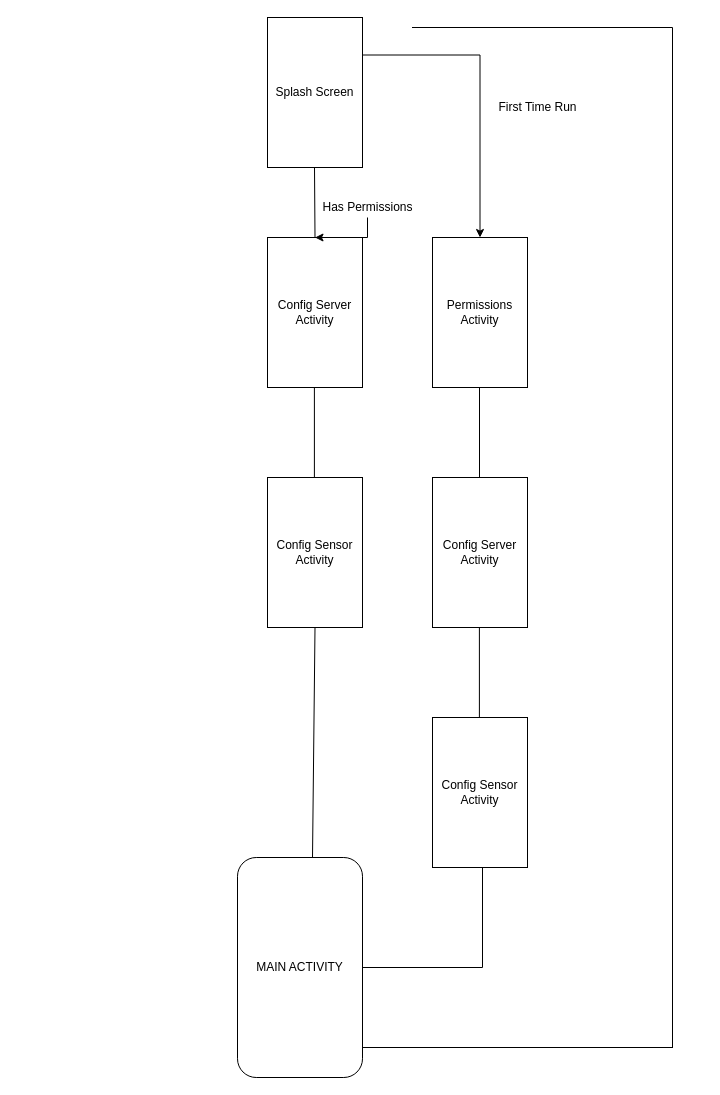
Above: Untitled Diagram.drawio in erfanakhavanrad/EventBus (draw.io), before the change. Source tidied: cells renumbered, new cells numbered last; positions are measured from the earlier drawing's top-left corner, leaving out a move shared by most shapes. Both pictures are drawn from the tidied source at 100%, with x=0, y=0 at pixel (237, 17).
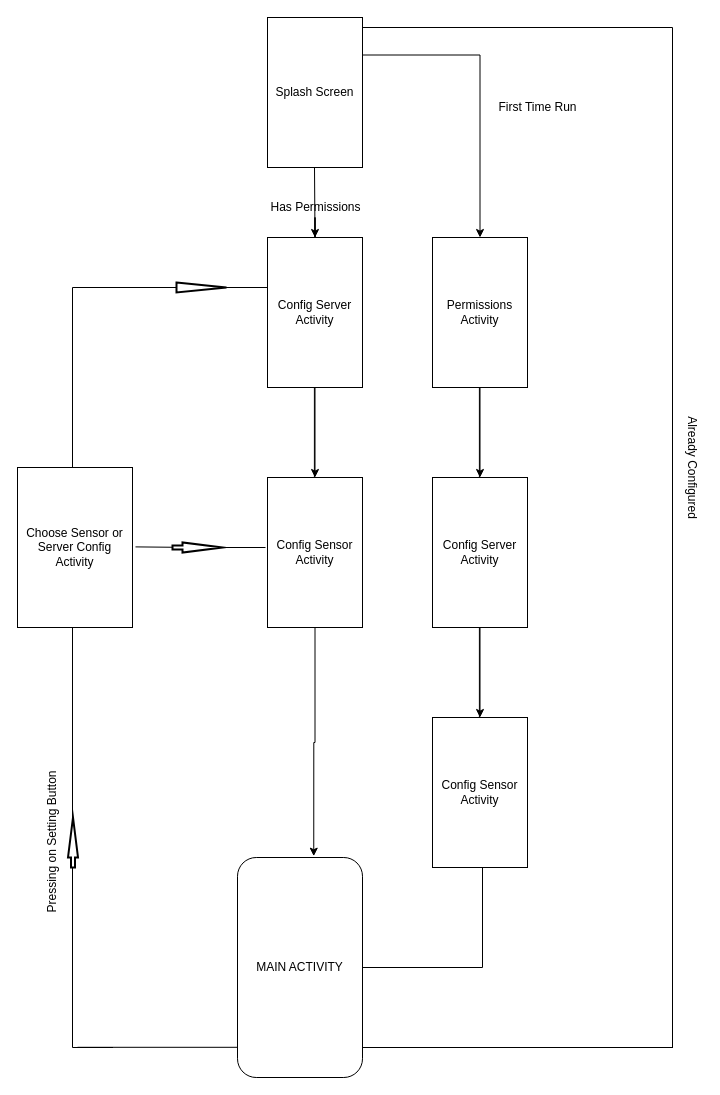
The same page after the edit.

Unchanged cells that the change refers to:
```xml
<mxCell id="4" value="Permissions Activity" style="rounded=0;whiteSpace=wrap;html=1;direction=south;" parent="1" vertex="1">
  <mxGeometry x="195" y="220" width="95" height="150" as="geometry" />
</mxCell>
<mxCell id="7" value="Config Server Activity" style="rounded=0;whiteSpace=wrap;html=1;direction=south;" parent="1" vertex="1">
  <mxGeometry x="195" y="460" width="95" height="150" as="geometry" />
</mxCell>
<mxCell id="9" value="Config Sensor Activity" style="rounded=0;whiteSpace=wrap;html=1;direction=south;" parent="1" vertex="1">
  <mxGeometry x="195" y="700" width="95" height="150" as="geometry" />
</mxCell>
<mxCell id="10" value="MAIN ACTIVITY" style="rounded=1;whiteSpace=wrap;html=1;direction=south;" parent="1" vertex="1">
  <mxGeometry y="840" width="125" height="220" as="geometry" />
</mxCell>
<mxCell id="13" value="Config Server Activity" style="rounded=0;whiteSpace=wrap;html=1;direction=south;" parent="1" vertex="1">
  <mxGeometry x="30" y="220" width="95" height="150" as="geometry" />
</mxCell>
<mxCell id="15" value="Config Sensor Activity" style="rounded=0;whiteSpace=wrap;html=1;direction=south;" parent="1" vertex="1">
  <mxGeometry x="30" y="460" width="95" height="150" as="geometry" />
</mxCell>
```

The edit, as a diff of the source:
```diff
@@
+    <mxCell id="19" style="shape=partialRectangle;whiteSpace=wrap;html=1;top=0;left=0;fillColor=none;direction=north;" parent="1" vertex="1">
+      <mxGeometry x="175" y="10" width="260" height="1020" as="geometry" />
+    </mxCell>
@@
+    <mxCell id="22" style="edgeStyle=orthogonalEdgeStyle;rounded=0;jettySize=auto;html=1;" parent="1" edge="1" source="4" target="7">
+      <mxGeometry relative="1" as="geometry" />
+    </mxCell>
@@
-    <mxCell id="6" style="endArrow=none;html=1;rounded=0;" parent="1" edge="1">
-      <mxGeometry relative="1" as="geometry">
-        <mxPoint x="242" y="460" as="sourcePoint" />
-        <mxPoint x="242" y="370" as="targetPoint" />
-      </mxGeometry>
-    </mxCell>
+    <mxCell id="23" style="edgeStyle=orthogonalEdgeStyle;rounded=0;jettySize=auto;html=1;" parent="1" edge="1" source="7" target="9">
+      <mxGeometry relative="1" as="geometry" />
+    </mxCell>
@@
+    <mxCell id="24" style="edgeStyle=orthogonalEdgeStyle;rounded=0;jettySize=auto;html=1;" parent="1" edge="1" source="13" target="15">
+      <mxGeometry relative="1" as="geometry" />
+    </mxCell>
@@
+    <mxCell id="25" style="edgeStyle=orthogonalEdgeStyle;rounded=0;jettySize=auto;html=1;entryX=-0.006;entryY=0.39;entryDx=0;entryDy=0;entryPerimeter=0;" parent="1" edge="1" source="15" target="10">
+      <mxGeometry relative="1" as="geometry" />
+    </mxCell>
@@
-    <mxCell id="16" style="endArrow=none;html=1;rounded=0;entryX=1;entryY=0.5;entryDx=0;entryDy=0;exitX=0;exitY=0.4;exitDx=0;exitDy=0;exitPerimeter=0;" parent="1" edge="1" source="10" target="15">
-      <mxGeometry relative="1" as="geometry" />
-    </mxCell>
+    <mxCell id="20" style="endArrow=none;html=1;rounded=0;" parent="1" edge="1">
+      <mxGeometry relative="1" as="geometry">
+        <mxPoint x="125" y="1030" as="sourcePoint" />
+        <mxPoint x="285" y="1030" as="targetPoint" />
+      </mxGeometry>
+    </mxCell>
+    <mxCell id="21" style="endArrow=none;html=1;rounded=0;" parent="1" edge="1">
+      <mxGeometry relative="1" as="geometry">
+        <mxPoint x="275" y="1030" as="sourcePoint" />
+        <mxPoint x="435" y="1030" as="targetPoint" />
+      </mxGeometry>
+    </mxCell>
+    <mxCell id="26" style="endArrow=none;html=1;rounded=0;" parent="1" edge="1">
+      <mxGeometry relative="1" as="geometry">
+        <mxPoint x="125" y="10" as="sourcePoint" />
+        <mxPoint x="215" y="10" as="targetPoint" />
+      </mxGeometry>
+    </mxCell>
+    <mxCell id="27" value="Already Configured" style="text;html=1;align=center;verticalAlign=middle;strokeColor=none;fillColor=none;rotation=90;" parent="1" vertex="1">
+      <mxGeometry x="395" y="440" width="120" height="20" as="geometry" />
+    </mxCell>
@@
     <mxCell id="18" value="Has Permissions" style="text;html=1;align=center;verticalAlign=middle;points=[];strokeColor=none;fillColor=none;" parent="1" vertex="1">
-      <mxGeometry x="75" y="180" width="110" height="20" as="geometry" />
+      <mxGeometry x="22.5" y="180" width="110" height="20" as="geometry" />
     </mxCell>
-    <mxCell id="19" style="shape=partialRectangle;whiteSpace=wrap;html=1;top=0;left=0;fillColor=none;direction=north;" parent="1" vertex="1">
-      <mxGeometry x="175" y="10" width="260" height="1020" as="geometry" />
-    </mxCell>
-    <mxCell id="20" style="endArrow=none;html=1;rounded=0;" parent="1" edge="1">
-      <mxGeometry relative="1" as="geometry">
-        <mxPoint x="125" y="1030" as="sourcePoint" />
-        <mxPoint x="285" y="1030" as="targetPoint" />
-      </mxGeometry>
-    </mxCell>
-    <mxCell id="21" style="endArrow=none;html=1;rounded=0;" parent="1" edge="1">
-      <mxGeometry relative="1" as="geometry">
-        <mxPoint x="275" y="1030" as="sourcePoint" />
-        <mxPoint x="435" y="1030" as="targetPoint" />
-      </mxGeometry>
-    </mxCell>
+    <mxCell id="28" style="endArrow=none;html=1;rounded=0;exitX=0;exitY=1;exitDx=0;exitDy=0;entryX=0;entryY=0;entryDx=0;entryDy=0;" parent="1" edge="1" source="29" target="29">
+      <mxGeometry relative="1" as="geometry" />
+    </mxCell>
+    <mxCell id="29" style="shape=partialRectangle;whiteSpace=wrap;html=1;top=0;left=0;fillColor=none;direction=south;" parent="1" vertex="1">
+      <mxGeometry x="-165" y="600" width="40" height="430" as="geometry" />
+    </mxCell>
+    <mxCell id="30" style="endArrow=none;html=1;rounded=0;startArrow=none;" parent="1" edge="1" source="38">
+      <mxGeometry relative="1" as="geometry">
+        <mxPoint x="28" y="530" as="targetPoint" />
+      </mxGeometry>
+    </mxCell>
+    <mxCell id="31" style="endArrow=none;html=1;rounded=0;" parent="1" edge="1">
+      <mxGeometry relative="1" as="geometry">
+        <mxPoint x="-55" y="270" as="sourcePoint" />
+        <mxPoint x="30" y="270" as="targetPoint" />
+      </mxGeometry>
+    </mxCell>
+    <mxCell id="32" value="Pressing on Setting Button" style="text;html=1;align=center;verticalAlign=middle;strokeColor=none;fillColor=none;rotation=270;" parent="1" vertex="1">
+      <mxGeometry x="-265" y="815" width="160" height="20" as="geometry" />
+    </mxCell>
+    <mxCell id="33" value="Choose Sensor or Server Config Activity" style="rounded=0;whiteSpace=wrap;html=1;direction=south;" parent="1" vertex="1">
+      <mxGeometry x="-220" y="450" width="115" height="160" as="geometry" />
+    </mxCell>
+    <mxCell id="34" style="endArrow=none;html=1;rounded=0;" parent="1" edge="1">
+      <mxGeometry relative="1" as="geometry">
+        <mxPoint x="-160" y="1029.8" as="sourcePoint" />
+        <mxPoint y="1029.8" as="targetPoint" />
+      </mxGeometry>
+    </mxCell>
+    <mxCell id="35" style="endArrow=none;html=1;rounded=0;" parent="1" edge="1">
+      <mxGeometry relative="1" as="geometry">
+        <mxPoint x="-165" y="270" as="sourcePoint" />
+        <mxPoint x="-165" y="450" as="targetPoint" />
+      </mxGeometry>
+    </mxCell>
+    <mxCell id="36" style="endArrow=none;html=1;rounded=0;" parent="1" edge="1">
+      <mxGeometry relative="1" as="geometry">
+        <mxPoint x="241.9" y="460" as="sourcePoint" />
+        <mxPoint x="241.9" y="370" as="targetPoint" />
+      </mxGeometry>
+    </mxCell>
+    <mxCell id="37" style="verticalLabelPosition=bottom;verticalAlign=top;html=1;strokeWidth=2;shape=mxgraph.arrows2.arrow;dy=0.6;dx=40;notch=0;direction=north;" parent="1" vertex="1">
+      <mxGeometry x="-169.5" y="800" width="10" height="50" as="geometry" />
+    </mxCell>
+    <mxCell id="38" style="verticalLabelPosition=bottom;verticalAlign=top;html=1;strokeWidth=2;shape=mxgraph.arrows2.arrow;dy=0.6;dx=40;notch=0;direction=east;" parent="1" vertex="1">
+      <mxGeometry x="-65" y="525" width="50" height="10" as="geometry" />
+    </mxCell>
+    <mxCell id="39" style="endArrow=none;html=1;rounded=0;" parent="1" edge="1" target="38">
+      <mxGeometry relative="1" as="geometry">
+        <mxPoint x="-102" y="529.4" as="sourcePoint" />
+      </mxGeometry>
+    </mxCell>
+    <mxCell id="40" style="endArrow=none;html=1;rounded=0;" parent="1" edge="1">
+      <mxGeometry relative="1" as="geometry">
+        <mxPoint x="-165" y="270" as="sourcePoint" />
+        <mxPoint x="-50" y="270" as="targetPoint" />
+      </mxGeometry>
+    </mxCell>
+    <mxCell id="41" style="verticalLabelPosition=bottom;verticalAlign=top;html=1;strokeWidth=2;shape=mxgraph.arrows2.arrow;dy=0;dx=50;notch=0;direction=east;" parent="1" vertex="1">
+      <mxGeometry x="-61" y="265" width="50" height="10" as="geometry" />
+    </mxCell>
```
